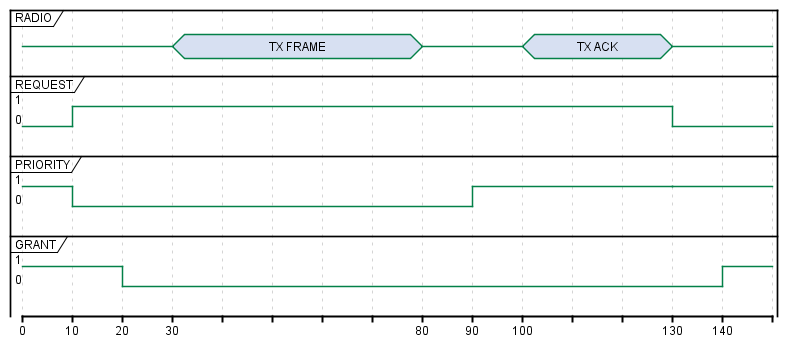
This is doc/images/coex/coex_tx_general.png from JakubPegza/nRF-IEEE-802.15.4-radio-driver-1, a PlantUML export, as it was before one commit.
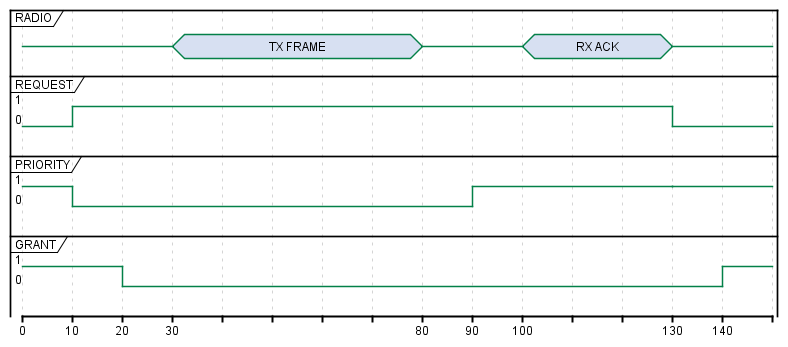
Later version of the same file.

Commit message:
doc: coex plantuml timing diagram fixes

Change to the diagram source:
```diff
@@ -41,7 +41,7 @@
 priority is 1
 
 @+10
-radio is "TX ACK"
+radio is "RX ACK"
 
 @+30
 radio is {-}
```
